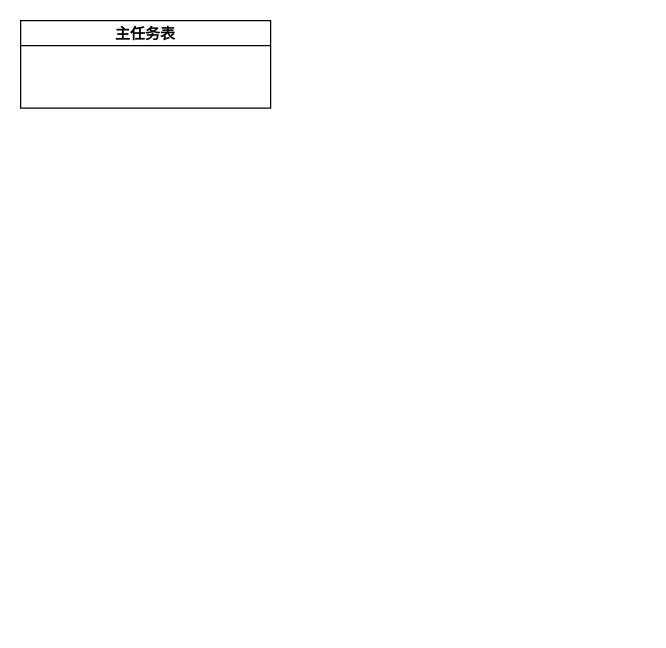
This is publish.drawio from treatview/drawio, a draw.io file, before an edit. Source tidied: cells renumbered, new cells numbered last; positions are measured from the earlier drawing's top-left corner, leaving out a move shared by most shapes. Both pictures are drawn from the tidied source at 125%, with x=0, y=0 at pixel (20, 20).
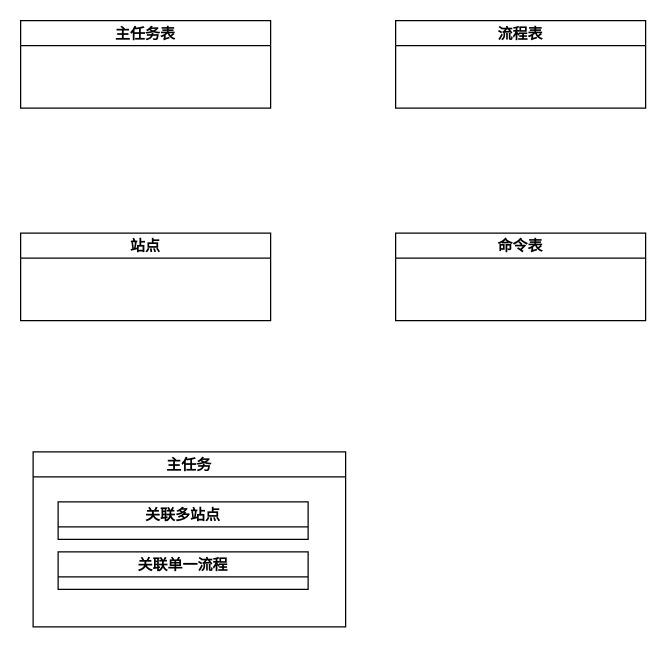
After the change.

What changed in the source:
```diff
@@
 <mxGraphModel>
   <root>
     <mxCell id="0" />
     <mxCell id="1" parent="0" />
     <mxCell id="2" value="主任务表" style="swimlane;startSize=20;" parent="1" vertex="1">
       <mxGeometry width="200" height="70" as="geometry" />
     </mxCell>
+    <mxCell id="3" value="流程表" style="swimlane;startSize=20;" parent="1" vertex="1">
+      <mxGeometry x="300" width="200" height="70" as="geometry" />
+    </mxCell>
+    <mxCell id="4" value="命令表" style="swimlane;startSize=20;" parent="1" vertex="1">
+      <mxGeometry x="300" y="170" width="200" height="70" as="geometry" />
+    </mxCell>
+    <mxCell id="5" value="站点" style="swimlane;startSize=20;" parent="1" vertex="1">
+      <mxGeometry y="170" width="200" height="70" as="geometry" />
+    </mxCell>
+    <mxCell id="6" value="主任务" style="swimlane;startSize=20;" parent="1" vertex="1">
+      <mxGeometry x="10" y="345" width="250" height="140" as="geometry" />
+    </mxCell>
+    <mxCell id="7" value="关联多站点" style="swimlane;startSize=20;" parent="6" vertex="1">
+      <mxGeometry x="20" y="40" width="200" height="30" as="geometry" />
+    </mxCell>
+    <mxCell id="8" value="关联单一流程" style="swimlane;startSize=20;" parent="6" vertex="1">
+      <mxGeometry x="20" y="80" width="200" height="30" as="geometry" />
+    </mxCell>
   </root>
 </mxGraphModel>
```
